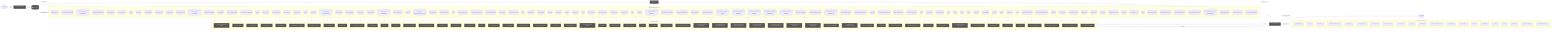
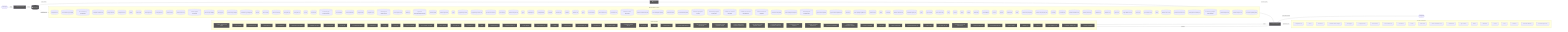
flowchart LR
  UserQ(["👤 User Query"])
  Embed["📐 Embedding Model"]
  VecDB[("📚 Vector Store")]
  Retriever["🔍 Retriever"]
  LLMNode["🧠 LLM / Generator"]
  Output(["✅ Response"])
  UserQ -->|query| Embed
  Embed -->|vector| VecDB
  VecDB -->|top-k chunks| Retriever
  Retriever -->|context + query| LLMNode
  LLMNode -->|generated answer| Output
  subgraph DetectedMemory["Detected memory stores"]
    det_detectedmemory_cli_dispatch_test_54c9f17b[("cli-dispatch.test")]
    det_detectedmemory_run_local_memory_preflight_36e92808[("run-local-memory-preflight")]
    det_detectedmemory_run_local_memory_preflight_test_1d7c5aa0[("run-local-memory-preflight.test")]
    det_detectedmemory_pr_template_validator_test_569b1cef[("pr-template-validator.test")]
    det_detectedmemory_tooling_audit_test_d2aee28c[("tooling-audit.test")]
    det_detectedmemory_tooling_audit_core_328d6a41[("tooling-audit-core")]
    det_detectedmemory_search_24193290[("search")]
    det_detectedmemory_search_test_0c66bc11[("search.test")]
    det_detectedmemory_review_gate_test_000e2ed6[("review-gate.test")]
    det_detectedmemory_review_gate_core_4c8001f9[("review-gate-core")]
    det_detectedmemory_review_context_ca6cf81d[("review-context")]
    det_detectedmemory_review_context_test_89806d6c[("review-context.test")]
    det_detectedmemory_refresh_diagram_context_test_03bf21c4[("refresh-diagram-context.test")]
    det_detectedmemory_pattern_scope_siblings_43abe000[("pattern-scope-siblings")]
    det_detectedmemory_memory_gate_a577a506[("memory-gate")]
    det_detectedmemory_local_memory_preflight_dcc36c42[("local-memory-preflight")]
    det_detectedmemory_local_memory_preflight_test_5e323bbf[("local-memory-preflight.test")]
    det_detectedmemory_init_test_cbba76a6[("init.test")]
    det_detectedmemory_index_context_de3ed39d[("index-context")]
    det_detectedmemory_index_context_test_1949ea6f[("index-context.test")]
    det_detectedmemory_docs_gate_test_a25e972f[("docs-gate.test")]
    det_detectedmemory_docs_gate_core_eb9b6c18[("docs-gate-core")]
    det_detectedmemory_context_ea7792a2[("context")]
    det_detectedmemory_context_test_57aad306[("context.test")]
    det_detectedmemory_context_integrity_acceptance_test_59f961b1[("context-integrity-acceptance.test")]
    det_detectedmemory_context_health_80bb7da9[("context-health")]
    det_detectedmemory_context_health_test_3b5b87f3[("context-health.test")]
    det_detectedmemory_ci_migrate_test_2a015bb9[("ci-migrate.test")]
    det_detectedmemory_ci_migrate_core_7005b5af[("ci-migrate-core")]
    det_detectedmemory_check_diagram_freshness_test_c1dc40aa[("check-diagram-freshness.test")]
    det_detectedmemory_branch_protect_core_a8feb0fd[("branch-protect-core")]
    det_detectedmemory_brain_test_428d4d67[("brain.test")]
    det_detectedmemory_agent_first_throughput_integration_test_dc677cc4[("agent-first-throughput.integration.test")]
    det_detectedmemory_overload_guard_2748c559[("overload-guard")]
    det_detectedmemory_overload_guard_test_6ece9f86[("overload-guard.test")]
-     det_detectedmemory_types_3_9675d69b[("types")]
+     det_detectedmemory_types_4_822d0f88[("types")]
    det_detectedmemory_suggestion_generator_0956f794[("suggestion-generator")]
    det_detectedmemory_suggestion_generator_test_f68e9892[("suggestion-generator.test")]
    det_detectedmemory_performance_overload_c685bfcf[("performance-overload")]
    det_detectedmemory_local_memory_0db17ecc[("local-memory")]
    det_detectedmemory_local_memory_smoke_1175abfc[("local-memory-smoke")]
-     det_detectedmemory_types_8_f6283648[("types")]
+     det_detectedmemory_types_10_75e5a4a0[("types")]
    det_detectedmemory_claim_helpers_20dc8387[("claim-helpers")]
    det_detectedmemory_tooling_baseline_50ab2eeb[("tooling-baseline")]
    det_detectedmemory_classifier_fe1991a9[("classifier")]
    det_detectedmemory_classifier_test_3859cceb[("classifier.test")]
    det_detectedmemory_validator_1_0c0621d8[("validator")]
    det_detectedmemory_validator_test_1_c5015ca0[("validator.test")]
-     det_detectedmemory_types_12_2b09659a[("types")]
+     det_detectedmemory_types_11_4be3ee64[("types")]
    det_detectedmemory_metrics_tracker_98cec29c[("metrics-tracker")]
    det_detectedmemory_metrics_tracker_test_3de156fa[("metrics-tracker.test")]
    det_detectedmemory_branch_enforcer_acb749cd[("branch-enforcer")]
-     det_detectedmemory_review_context_1_e3afed15[("review-context")]
-     det_detectedmemory_index_2_10143590[("index")]
-     det_detectedmemory_eval_seed_5699fd3e[("eval-seed")]
    det_detectedmemory_workflow_contract_scripts_test_681e2e3c[("workflow-contract-scripts.test")]
    det_detectedmemory_scaffold_workflow_template_92310587[("scaffold-workflow-template")]
    det_detectedmemory_scaffold_template_registry_b1cce2aa[("scaffold-template-registry")]
    det_detectedmemory_scaffold_surfaces_12d6494e[("scaffold-surfaces")]
    det_detectedmemory_scaffold_shell_templates_0ad0f915[("scaffold-shell-templates")]
    det_detectedmemory_scaffold_script_template_registry_69312d4e[("scaffold-script-template-registry")]
    det_detectedmemory_scaffold_script_template_registry_test_6a8ebefe[("scaffold-script-template-registry.test")]
    det_detectedmemory_scaffold_root_command_templates_404fed7f[("scaffold-root-command-templates")]
    det_detectedmemory_scaffold_root_command_templates_test_14596939[("scaffold-root-command-templates.test")]
    det_detectedmemory_scaffold_environment_templates_c1ceba6a[("scaffold-environment-templates")]
    det_detectedmemory_scaffold_doc_templates_f6152330[("scaffold-doc-templates")]
    det_detectedmemory_scaffold_diagram_templates_dd88e83c[("scaffold-diagram-templates")]
    det_detectedmemory_scaffold_diagram_templates_test_f3774c28[("scaffold-diagram-templates.test")]
    det_detectedmemory_project_brain_templates_7ef51530[("project-brain-templates")]
    det_detectedmemory_project_brain_templates_test_0b6509f2[("project-brain-templates.test")]
    det_detectedmemory_init_modes_c05ceb07[("init-modes")]
    det_detectedmemory_codex_preflight_symlink_test_037558db[("codex-preflight-symlink.test")]
+     det_detectedmemory_review_context_1_e3afed15[("review-context")]
+     det_detectedmemory_index_4_013aa0e3[("index")]
+     det_detectedmemory_eval_seed_5699fd3e[("eval-seed")]
    det_detectedmemory_harness_decision_test_7e5a4fe5[("harness-decision.test")]
    det_detectedmemory_command_registry_test_0cf92cba[("command-registry.test")]
    det_detectedmemory_types_18_37582e2a[("types")]
    det_detectedmemory_sync_contract_c79fa191[("sync-contract")]
    det_detectedmemory_sync_contract_test_5dc3165c[("sync-contract.test")]
    det_detectedmemory_store_824d80d7[("store")]
    det_detectedmemory_sources_1_e133d97d[("sources")]
    det_detectedmemory_rollout_a4fa034c[("rollout")]
    det_detectedmemory_ollama_76e3c7bf[("ollama")]
    det_detectedmemory_ollama_test_71f9750e[("ollama.test")]
    det_detectedmemory_lexical_fallback_723e2b3e[("lexical-fallback")]
    det_detectedmemory_init_error_5c7dd49f[("init-error")]
    det_detectedmemory_indexer_70fa78e5[("indexer")]
    det_detectedmemory_indexer_test_d492f0aa[("indexer.test")]
    det_detectedmemory_index_5_522f772a[("index")]
    det_detectedmemory_context_compact_policy_3dcaf95d[("context-compact-policy")]
    det_detectedmemory_context_compact_policy_test_da148267[("context-compact-policy.test")]
    det_detectedmemory_constants_7517017f[("constants")]
    det_detectedmemory_constants_test_5492ae98[("constants.test")]
+     det_detectedmemory_module_boundaries_test_c0caf46b[("module-boundaries.test")]
    det_detectedmemory_branch_protect_sync_570adb18[("branch-protect-sync")]
    det_detectedmemory_validator_test_5_2bb3219d[("validator.test")]
    det_detectedmemory_validator_core_1_1518647e[("validator-core")]
    det_detectedmemory_types_core_1_8bd0f8fd[("types-core")]
    det_detectedmemory_policy_validators_core_714a3fe7[("policy-validators-core")]
    det_detectedmemory_loader_test_03424671[("loader.test")]
    det_detectedmemory_json_schema_core_96d7e328[("json-schema-core")]
    det_detectedmemory_index_6_fc9e91e2[("index")]
    det_detectedmemory_harness_run_context_ac7c77a9[("harness-run-context")]
    det_detectedmemory_harness_run_context_test_c6937fed[("harness-run-context.test")]
-     det_detectedmemory_module_boundaries_test_c0caf46b[("module-boundaries.test")]
    det_detectedmemory_review_gate_command_spec_3187376a[("review-gate-command-spec")]
    det_detectedmemory_local_memory_preflight_command_spec_9e23f3ce[("local-memory-preflight-command-spec")]
    det_detectedmemory_command_specs_test_7f693e85[("command-specs.test")]
    det_detectedmemory_command_specs_core_1c0ffc99[("command-specs-core")]
    det_detectedmemory_command_capability_rules_ca3f496a[("command-capability-rules")]
  end
  VecDB -. "implemented by" .-> DetectedMemory
  subgraph DetectedLLM["Detected LLM clients"]
    det_detectedllm_cli_dispatch_test_54c9f17b["cli-dispatch.test"]
    det_detectedllm_search_24193290["search"]
    det_detectedllm_search_test_0c66bc11["search.test"]
    det_detectedllm_remediate_runner_helpers_929fedcc["remediate-runner-helpers"]
    det_detectedllm_prompt_gate_c5e9d207["prompt-gate"]
    det_detectedllm_prompt_gate_test_1a442b27["prompt-gate.test"]
    det_detectedllm_index_context_de3ed39d["index-context"]
    det_detectedllm_index_context_test_1949ea6f["index-context.test"]
    det_detectedllm_contract_test_2262847f["contract.test"]
    det_detectedllm_context_ea7792a2["context"]
    det_detectedllm_context_test_57aad306["context.test"]
    det_detectedllm_check_environment_core_2c16213f["check-environment-core"]
    det_detectedllm_sensitive_text_7c11f760["sensitive-text"]
    det_detectedllm_sync_contract_c79fa191["sync-contract"]
    det_detectedllm_ollama_76e3c7bf["ollama"]
    det_detectedllm_ollama_test_71f9750e["ollama.test"]
    det_detectedllm_indexer_70fa78e5["indexer"]
    det_detectedllm_index_5_522f772a["index"]
    det_detectedllm_constants_7517017f["constants"]
    det_detectedllm_north_star_validators_cfc926ce["north-star-validators"]
    det_detectedllm_command_specs_core_1c0ffc99["command-specs-core"]
  end
  LLMNode -. "implemented by" .-> DetectedLLM
  subgraph DetectedTools["Agentic tool calls"]
    det_detectedtools_collect_observed_eval_usage_1724425c["🔧 collect-observed-eval-usage"]
    det_detectedtools_verify_work_test_0e12f6c5["🔧 verify-work.test"]
    det_detectedtools_review_gate_test_000e2ed6["🔧 review-gate.test"]
    det_detectedtools_review_gate_core_4c8001f9["🔧 review-gate-core"]
    det_detectedtools_remediate_test_6f59cafe["🔧 remediate.test"]
    det_detectedtools_remediate_runner_helpers_929fedcc["🔧 remediate-runner-helpers"]
    det_detectedtools_remediate_cli_output_cc165396["🔧 remediate-cli-output"]
    det_detectedtools_pr_closeout_test_1_be1a0df1["🔧 pr-closeout.test"]
    det_detectedtools_policy_gate_213f7313["🔧 policy-gate"]
    det_detectedtools_next_blocked_decisions_4140ad2b["🔧 next-blocked-decisions"]
    det_detectedtools_learnings_test_e45e0253["🔧 learnings.test"]
    det_detectedtools_init_test_cbba76a6["🔧 init.test"]
    det_detectedtools_doctor_test_e032e8b5["🔧 doctor.test"]
    det_detectedtools_doctor_tool_checks_4acac51a["🔧 doctor-tool-checks"]
    det_detectedtools_doctor_github_tool_checks_a53b0382["🔧 doctor-github-tool-checks"]
    det_detectedtools_doctor_checks_5a2eb2b9["🔧 doctor-checks"]
    det_detectedtools_docs_gate_test_a25e972f["🔧 docs-gate.test"]
    det_detectedtools_ci_migrate_core_7005b5af["🔧 ci-migrate-core"]
-     det_detectedtools_types_1_4ecdf56e["🔧 types"]
+     det_detectedtools_types_2_d9bc6e7a["🔧 types"]
    det_detectedtools_orchestrator_test_1_c291cde7["🔧 orchestrator.test"]
+     det_detectedtools_evaluation_engine_core_e054fe49["🔧 evaluation-engine-core"]
    det_detectedtools_tooling_baseline_50ab2eeb["🔧 tooling-baseline"]
    det_detectedtools_tooling_baseline_test_d272ddb6["🔧 tooling-baseline.test"]
-     det_detectedtools_evaluation_engine_core_e054fe49["🔧 evaluation-engine-core"]
+     det_detectedtools_validator_1_0c0621d8["🔧 validator"]
+     det_detectedtools_metrics_tracker_98cec29c["🔧 metrics-tracker"]
+     det_detectedtools_metrics_tracker_test_3de156fa["🔧 metrics-tracker.test"]
    det_detectedtools_normalise_test_73e8a615["🔧 normalise.test"]
    det_detectedtools_normalise_renderer_85f2e563["🔧 normalise-renderer"]
    det_detectedtools_normalise_he_phase_exit_test_1788efc4["🔧 normalise-he-phase-exit.test"]
-     det_detectedtools_validator_1_0c0621d8["🔧 validator"]
-     det_detectedtools_metrics_tracker_98cec29c["🔧 metrics-tracker"]
-     det_detectedtools_metrics_tracker_test_3de156fa["🔧 metrics-tracker.test"]
+     det_detectedtools_pr_creator_dc6b1ea4["🔧 pr-creator"]
    det_detectedtools_client_1_914e1681["🔧 client"]
-     det_detectedtools_pr_creator_dc6b1ea4["🔧 pr-creator"]
    det_detectedtools_closure_evidence_aaa31467["🔧 closure-evidence"]
    det_detectedtools_scaffold_shell_quality_test_79567d03["🔧 scaffold-shell-quality.test"]
    det_detectedtools_scaffold_release_private_npm_template_075499f8["🔧 scaffold-release-private-npm-template"]
    det_detectedtools_scaffold_github_actions_pr_pipeline_template_e2b85f62["🔧 scaffold-github-actions-pr-pipeline-template"]
    det_detectedtools_scaffold_github_actions_pr_pipeline_template_test_be464a7b["🔧 scaffold-github-actions-pr-pipeline-template.test"]
    det_detectedtools_scaffold_github_actions_pr_pipeline_renderer_1ee18de5["🔧 scaffold-github-actions-pr-pipeline-renderer"]
    det_detectedtools_scaffold_github_actions_pr_pipeline_renderer_test_2cc38272["🔧 scaffold-github-actions-pr-pipeline-renderer.test"]
    det_detectedtools_scaffold_environment_templates_c1ceba6a["🔧 scaffold-environment-templates"]
    det_detectedtools_scaffold_environment_templates_test_b31b6a0c["🔧 scaffold-environment-templates.test"]
    det_detectedtools_scaffold_config_templates_4b80ce53["🔧 scaffold-config-templates"]
    det_detectedtools_scaffold_codex_environment_templates_334fbbed["🔧 scaffold-codex-environment-templates"]
    det_detectedtools_scaffold_ci_templates_2afd6392["🔧 scaffold-ci-templates"]
    det_detectedtools_init_output_360dce91["🔧 init-output"]
    det_detectedtools_observed_skill_usage_ed7d5930["🔧 observed-skill-usage"]
    det_detectedtools_observed_skill_usage_test_311c215a["🔧 observed-skill-usage.test"]
    det_detectedtools_ralph_runtime_73d63c0e["🔧 ralph-runtime"]
    det_detectedtools_he_phase_exit_core_1148895b["🔧 he-phase-exit-core"]
    det_detectedtools_harness_closeout_gate_contracts_test_db1c74a7["🔧 harness-closeout-gate-contracts.test"]
    det_detectedtools_command_registry_test_0cf92cba["🔧 command-registry.test"]
+     det_detectedtools_module_boundaries_test_c0caf46b["🔧 module-boundaries.test"]
    det_detectedtools_validator_helpers_7b927667["🔧 validator-helpers"]
    det_detectedtools_validator_core_1_1518647e["🔧 validator-core"]
    det_detectedtools_types_core_1_8bd0f8fd["🔧 types-core"]
    det_detectedtools_policy_validators_core_714a3fe7["🔧 policy-validators-core"]
-     det_detectedtools_module_boundaries_test_c0caf46b["🔧 module-boundaries.test"]
    det_detectedtools_command_capability_rules_ca3f496a["🔧 command-capability-rules"]
    det_detectedtools_command_capabilities_a4d5c71e["🔧 command-capabilities"]
  end
  LLMNode -->|tool use| DetectedTools
  DetectedTools -->|result| LLMNode
  classDef memNode fill:#555,color:#fff
  class VecDB,Retriever memNode
  classDef llmNode fill:#555,color:#fff
  class LLMNode,Embed llmNode
  classDef toolNode fill:#555,color:#fff
-   class det_detectedtools_collect_observed_eval_usage_1724425c,det_detectedtools_verify_work_test_0e12f6c5,det_detectedtools_review_gate_test_000e2ed6,det_detectedtools_review_gate_core_4c8001f9,det_detectedtools_remediate_test_6f59cafe,det_detectedtools_remediate_runner_helpers_929fedcc,det_detectedtools_remediate_cli_output_cc165396,det_detectedtools_pr_closeout_test_1_be1a0df1,det_detectedtools_policy_gate_213f7313,det_detectedtools_next_blocked_decisions_4140ad2b,det_detectedtools_learnings_test_e45e0253,det_detectedtools_init_test_cbba76a6,det_detectedtools_doctor_test_e032e8b5,det_detectedtools_doctor_tool_checks_4acac51a,det_detectedtools_doctor_github_tool_checks_a53b0382,det_detectedtools_doctor_checks_5a2eb2b9,det_detectedtools_docs_gate_test_a25e972f,det_detectedtools_ci_migrate_core_7005b5af,det_detectedtools_types_1_4ecdf56e,det_detectedtools_orchestrator_test_1_c291cde7,det_detectedtools_tooling_baseline_50ab2eeb,det_detectedtools_tooling_baseline_test_d272ddb6,det_detectedtools_evaluation_engine_core_e054fe49,det_detectedtools_normalise_test_73e8a615,det_detectedtools_normalise_renderer_85f2e563,det_detectedtools_normalise_he_phase_exit_test_1788efc4,det_detectedtools_validator_1_0c0621d8,det_detectedtools_metrics_tracker_98cec29c,det_detectedtools_metrics_tracker_test_3de156fa,det_detectedtools_client_1_914e1681,det_detectedtools_pr_creator_dc6b1ea4,det_detectedtools_closure_evidence_aaa31467,det_detectedtools_scaffold_shell_quality_test_79567d03,det_detectedtools_scaffold_release_private_npm_template_075499f8,det_detectedtools_scaffold_github_actions_pr_pipeline_template_e2b85f62,det_detectedtools_scaffold_github_actions_pr_pipeline_template_test_be464a7b,det_detectedtools_scaffold_github_actions_pr_pipeline_renderer_1ee18de5,det_detectedtools_scaffold_github_actions_pr_pipeline_renderer_test_2cc38272,det_detectedtools_scaffold_environment_templates_c1ceba6a,det_detectedtools_scaffold_environment_templates_test_b31b6a0c,det_detectedtools_scaffold_config_templates_4b80ce53,det_detectedtools_scaffold_codex_environment_templates_334fbbed,det_detectedtools_scaffold_ci_templates_2afd6392,det_detectedtools_init_output_360dce91,det_detectedtools_observed_skill_usage_ed7d5930,det_detectedtools_observed_skill_usage_test_311c215a,det_detectedtools_ralph_runtime_73d63c0e,det_detectedtools_he_phase_exit_core_1148895b,det_detectedtools_harness_closeout_gate_contracts_test_db1c74a7,det_detectedtools_command_registry_test_0cf92cba,det_detectedtools_validator_helpers_7b927667,det_detectedtools_validator_core_1_1518647e,det_detectedtools_types_core_1_8bd0f8fd,det_detectedtools_policy_validators_core_714a3fe7,det_detectedtools_module_boundaries_test_c0caf46b,det_detectedtools_command_capability_rules_ca3f496a,det_detectedtools_command_capabilities_a4d5c71e toolNode
+   class det_detectedtools_collect_observed_eval_usage_1724425c,det_detectedtools_verify_work_test_0e12f6c5,det_detectedtools_review_gate_test_000e2ed6,det_detectedtools_review_gate_core_4c8001f9,det_detectedtools_remediate_test_6f59cafe,det_detectedtools_remediate_runner_helpers_929fedcc,det_detectedtools_remediate_cli_output_cc165396,det_detectedtools_pr_closeout_test_1_be1a0df1,det_detectedtools_policy_gate_213f7313,det_detectedtools_next_blocked_decisions_4140ad2b,det_detectedtools_learnings_test_e45e0253,det_detectedtools_init_test_cbba76a6,det_detectedtools_doctor_test_e032e8b5,det_detectedtools_doctor_tool_checks_4acac51a,det_detectedtools_doctor_github_tool_checks_a53b0382,det_detectedtools_doctor_checks_5a2eb2b9,det_detectedtools_docs_gate_test_a25e972f,det_detectedtools_ci_migrate_core_7005b5af,det_detectedtools_types_2_d9bc6e7a,det_detectedtools_orchestrator_test_1_c291cde7,det_detectedtools_evaluation_engine_core_e054fe49,det_detectedtools_tooling_baseline_50ab2eeb,det_detectedtools_tooling_baseline_test_d272ddb6,det_detectedtools_validator_1_0c0621d8,det_detectedtools_metrics_tracker_98cec29c,det_detectedtools_metrics_tracker_test_3de156fa,det_detectedtools_normalise_test_73e8a615,det_detectedtools_normalise_renderer_85f2e563,det_detectedtools_normalise_he_phase_exit_test_1788efc4,det_detectedtools_pr_creator_dc6b1ea4,det_detectedtools_client_1_914e1681,det_detectedtools_closure_evidence_aaa31467,det_detectedtools_scaffold_shell_quality_test_79567d03,det_detectedtools_scaffold_release_private_npm_template_075499f8,det_detectedtools_scaffold_github_actions_pr_pipeline_template_e2b85f62,det_detectedtools_scaffold_github_actions_pr_pipeline_template_test_be464a7b,det_detectedtools_scaffold_github_actions_pr_pipeline_renderer_1ee18de5,det_detectedtools_scaffold_github_actions_pr_pipeline_renderer_test_2cc38272,det_detectedtools_scaffold_environment_templates_c1ceba6a,det_detectedtools_scaffold_environment_templates_test_b31b6a0c,det_detectedtools_scaffold_config_templates_4b80ce53,det_detectedtools_scaffold_codex_environment_templates_334fbbed,det_detectedtools_scaffold_ci_templates_2afd6392,det_detectedtools_init_output_360dce91,det_detectedtools_observed_skill_usage_ed7d5930,det_detectedtools_observed_skill_usage_test_311c215a,det_detectedtools_ralph_runtime_73d63c0e,det_detectedtools_he_phase_exit_core_1148895b,det_detectedtools_harness_closeout_gate_contracts_test_db1c74a7,det_detectedtools_command_registry_test_0cf92cba,det_detectedtools_module_boundaries_test_c0caf46b,det_detectedtools_validator_helpers_7b927667,det_detectedtools_validator_core_1_1518647e,det_detectedtools_types_core_1_8bd0f8fd,det_detectedtools_policy_validators_core_714a3fe7,det_detectedtools_command_capability_rules_ca3f496a,det_detectedtools_command_capabilities_a4d5c71e toolNode
